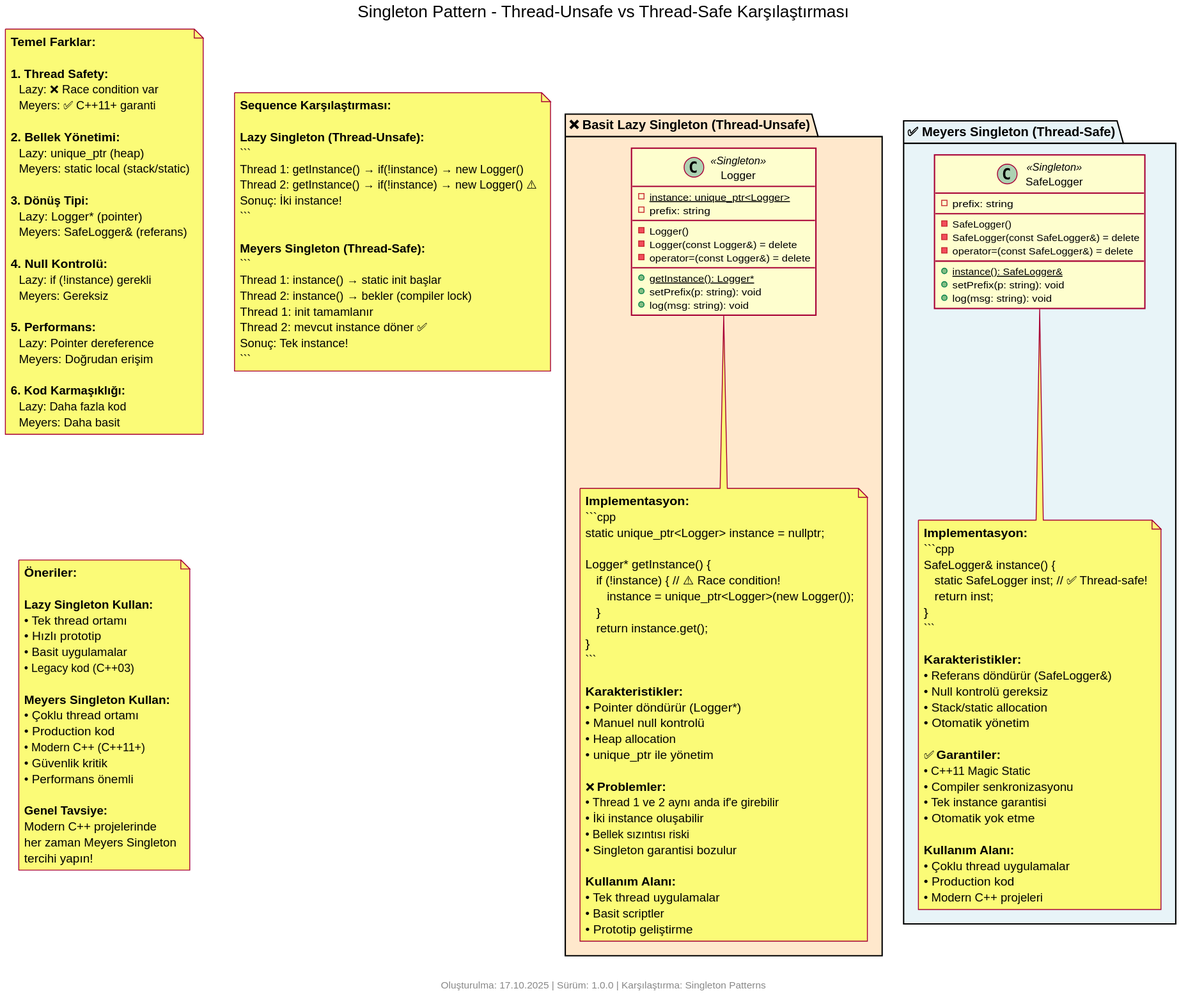
The PlantUML diagram creational/singleton/basic_threadsafe_diff/diagram.svg in kaayra2000/tasarim_kaliplari, before a commit.
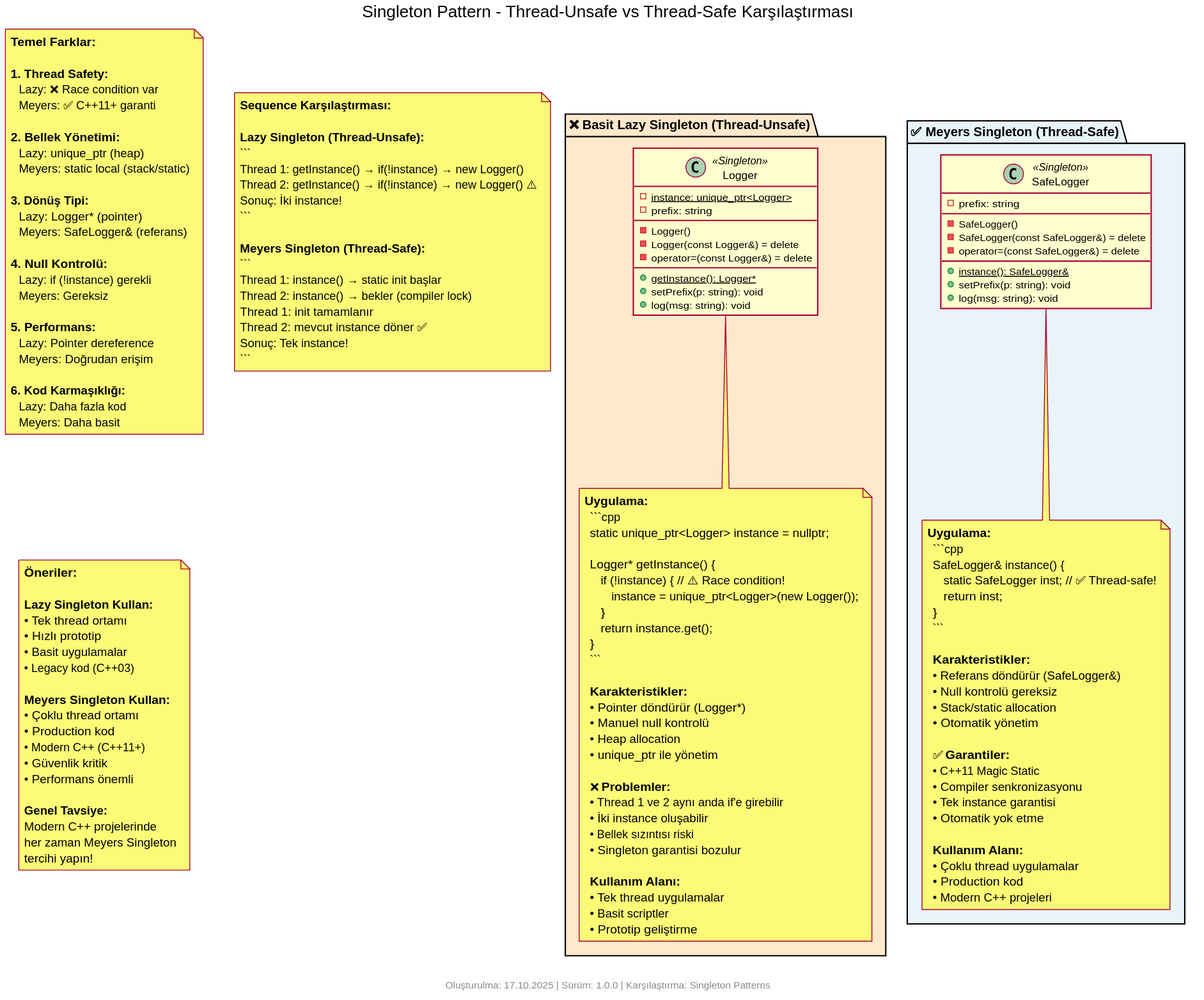
The same file after the commit.

Change to the diagram source:
````diff
@@ -20,7 +20,7 @@
     }
 
     note bottom of L1
-      **Implementasyon:**
+    **Uygulama:**
       ```cpp
       static unique_ptr<Logger> instance = nullptr;
 
@@ -65,7 +65,7 @@
     }
 
     note bottom of L2
-      **Implementasyon:**
+    **Uygulama:**
       ```cpp
       SafeLogger& instance() {
           static SafeLogger inst;  // ✅ Thread-safe!
````
